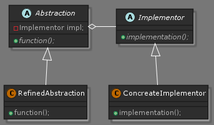
The PlantUML diagram out/bridge/uml/bridge_pattern.png in lazy3311/design_patterns, before a commit.
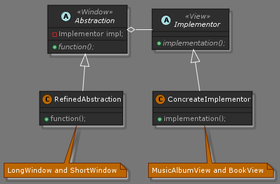
After the commit.

What changed in the source:
```diff
@@ -3,7 +3,7 @@
 !define DARKORANGE
 !includeurl https://raw.githubusercontent.com/Drakemor/RedDress-PlantUML/master/style.puml
 
-abstract class Abstraction {
+abstract class Abstraction <<Window>>{
     - Implementor impl;
     + {abstract} function();
 }
@@ -12,7 +12,7 @@
     + function();
 }
 
-abstract class Implementor {
+abstract class Implementor <<View>>{
     + {abstract} implementation();
 }
 
@@ -24,4 +24,9 @@
 Implementor <|-- ConcreateImplementor
 Abstraction o-right- Implementor
 
+note "LongWindow and ShortWindow" as N1
+N1 .up. RefinedAbstraction
+note "MusicAlbumView and BookView" as N2
+N2 .up. ConcreateImplementor
+
 @enduml
```
